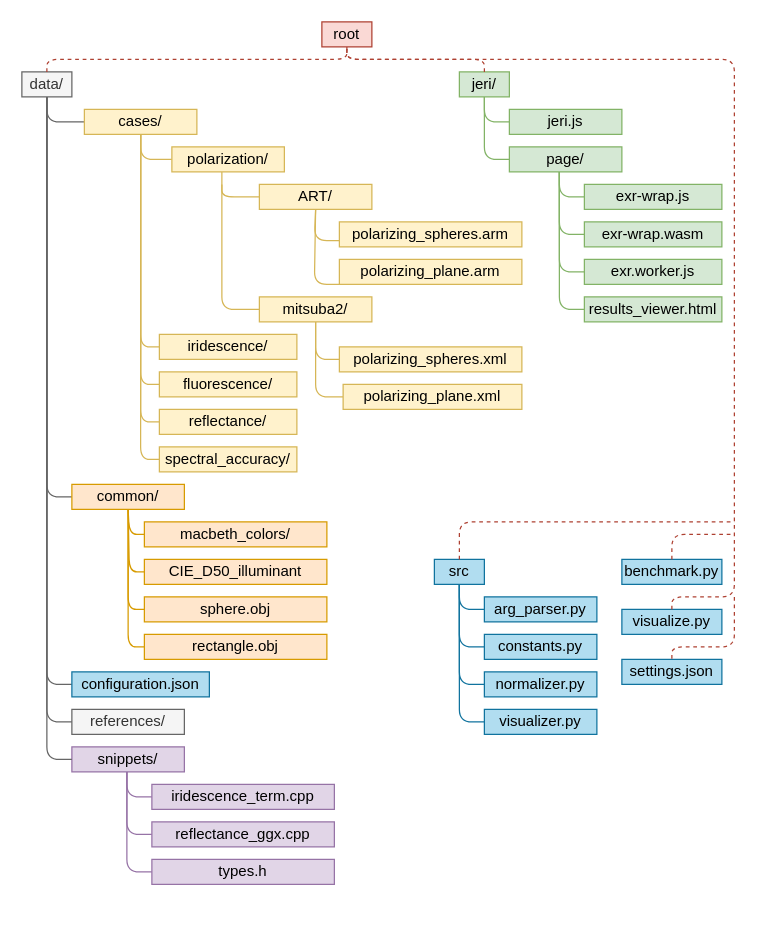
Before: img/framework.drawio in marcel1hruska/render_benchmark_thesis, a draw.io diagram. Source tidied: cells renumbered, new cells numbered last; positions are measured from the earlier drawing's top-left corner, leaving out a move shared by most shapes. Both pictures are drawn from the tidied source at 125%, with x=0, y=0 at pixel (21, 21).
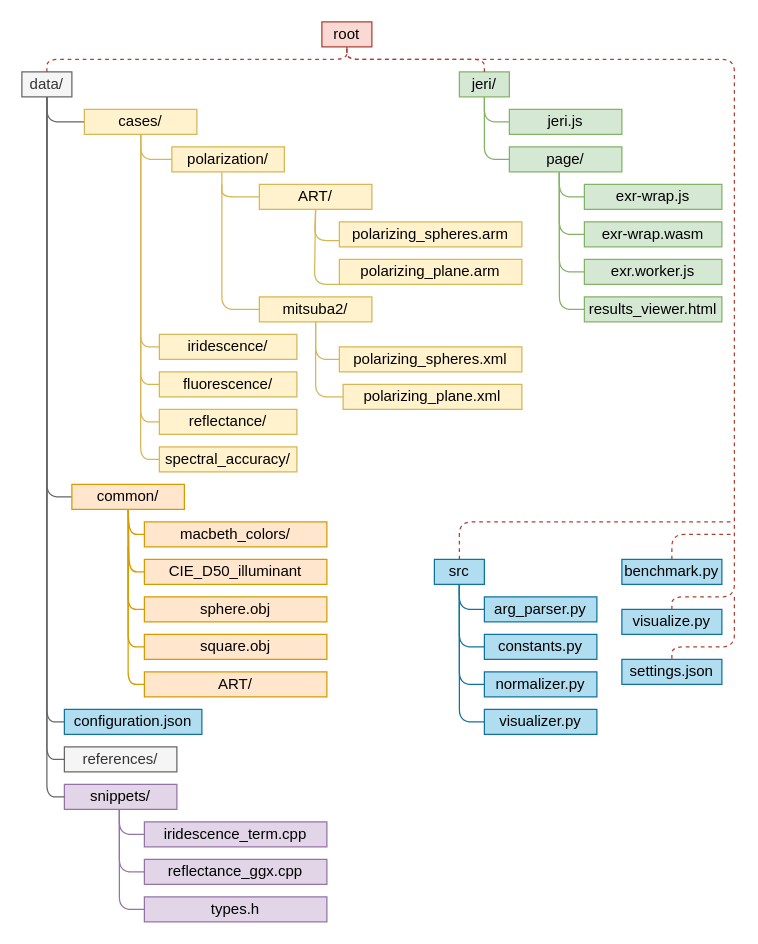
The same page after the edit.

Unchanged cells that the change refers to:
```xml
<mxCell id="2" value="data/" style="text;html=1;align=center;verticalAlign=middle;whiteSpace=wrap;rounded=0;fillColor=#f5f5f5;strokeColor=#666666;fontColor=#333333;" parent="1" vertex="1">
  <mxGeometry y="40" width="40" height="20" as="geometry" />
</mxCell>
```

What changed in the source:
```diff
@@
     <mxCell id="32" value="references/" style="text;html=1;align=center;verticalAlign=middle;whiteSpace=wrap;rounded=0;fillColor=#f5f5f5;strokeColor=#666666;fontColor=#333333;" parent="1" vertex="1">
-      <mxGeometry x="40" y="550" width="90" height="20" as="geometry" />
+      <mxGeometry x="34" y="580" width="90" height="20" as="geometry" />
     </mxCell>
     <mxCell id="33" value="snippets/" style="text;html=1;align=center;verticalAlign=middle;whiteSpace=wrap;rounded=0;fillColor=#e1d5e7;strokeColor=#9673a6;" parent="1" vertex="1">
-      <mxGeometry x="40" y="580" width="90" height="20" as="geometry" />
+      <mxGeometry x="34" y="610" width="90" height="20" as="geometry" />
     </mxCell>
@@
-    <mxCell id="62" value="rectangle.obj" style="text;html=1;align=center;verticalAlign=middle;whiteSpace=wrap;rounded=0;fillColor=#ffe6cc;strokeColor=#d79b00;" parent="1" vertex="1">
+    <mxCell id="62" value="square.obj" style="text;html=1;align=center;verticalAlign=middle;whiteSpace=wrap;rounded=0;fillColor=#ffe6cc;strokeColor=#d79b00;" parent="1" vertex="1">
       <mxGeometry x="98" y="490" width="146" height="20" as="geometry" />
     </mxCell>
     <mxCell id="63" style="endArrow=none;html=1;fillColor=#e1d5e7;strokeColor=#9673a6;entryX=0;entryY=0.5;entryDx=0;entryDy=0;" parent="1" edge="1" target="64">
       <mxGeometry relative="1" as="geometry">
-        <mxPoint x="84" y="600" as="sourcePoint" />
+        <mxPoint x="78" y="630" as="sourcePoint" />
         <Array as="points">
-          <mxPoint x="84" y="620" />
+          <mxPoint x="78" y="650" />
         </Array>
       </mxGeometry>
     </mxCell>
     <mxCell id="64" value="iridescence_term.cpp" style="text;html=1;align=center;verticalAlign=middle;whiteSpace=wrap;rounded=0;fillColor=#e1d5e7;strokeColor=#9673a6;" parent="1" vertex="1">
-      <mxGeometry x="104" y="610" width="146" height="20" as="geometry" />
+      <mxGeometry x="98" y="640" width="146" height="20" as="geometry" />
     </mxCell>
     <mxCell id="65" style="endArrow=none;html=1;fillColor=#e1d5e7;strokeColor=#9673a6;entryX=0;entryY=0.5;entryDx=0;entryDy=0;" parent="1" edge="1" target="66">
       <mxGeometry relative="1" as="geometry">
-        <mxPoint x="84" y="600" as="sourcePoint" />
+        <mxPoint x="78" y="630" as="sourcePoint" />
         <Array as="points">
-          <mxPoint x="84" y="650" />
+          <mxPoint x="78" y="680" />
         </Array>
       </mxGeometry>
     </mxCell>
     <mxCell id="66" value="reflectance_ggx.cpp" style="text;html=1;align=center;verticalAlign=middle;whiteSpace=wrap;rounded=0;fillColor=#e1d5e7;strokeColor=#9673a6;" parent="1" vertex="1">
-      <mxGeometry x="104" y="640" width="146" height="20" as="geometry" />
+      <mxGeometry x="98" y="670" width="146" height="20" as="geometry" />
     </mxCell>
     <mxCell id="67" style="endArrow=none;html=1;fillColor=#e1d5e7;strokeColor=#9673a6;entryX=0;entryY=0.5;entryDx=0;entryDy=0;" parent="1" edge="1" target="68">
       <mxGeometry relative="1" as="geometry">
-        <mxPoint x="84" y="600" as="sourcePoint" />
+        <mxPoint x="78" y="630" as="sourcePoint" />
         <Array as="points">
-          <mxPoint x="84" y="680" />
+          <mxPoint x="78" y="710" />
         </Array>
       </mxGeometry>
     </mxCell>
     <mxCell id="68" value="types.h" style="text;html=1;align=center;verticalAlign=middle;whiteSpace=wrap;rounded=0;fillColor=#e1d5e7;strokeColor=#9673a6;" parent="1" vertex="1">
-      <mxGeometry x="104" y="670" width="146" height="20" as="geometry" />
+      <mxGeometry x="98" y="700" width="146" height="20" as="geometry" />
     </mxCell>
@@
-    <mxCell id="77" style="endArrow=none;html=1;fillColor=#e1d5e7;entryX=0;entryY=0.5;entryDx=0;entryDy=0;exitX=0.5;exitY=1;exitDx=0;exitDy=0;strokeColor=#666666;" parent="1" edge="1" source="2">
+    <mxCell id="77" style="endArrow=none;html=1;fillColor=#e1d5e7;entryX=0;entryY=0.5;entryDx=0;entryDy=0;exitX=0.5;exitY=1;exitDx=0;exitDy=0;strokeColor=#666666;" parent="1" edge="1" source="2" target="33">
       <mxGeometry relative="1" as="geometry">
-        <mxPoint x="40" y="590" as="targetPoint" />
         <Array as="points">
-          <mxPoint x="20" y="590" />
+          <mxPoint x="20" y="620" />
         </Array>
       </mxGeometry>
     </mxCell>
     <mxCell id="78" style="endArrow=none;html=1;fillColor=#e1d5e7;entryX=0;entryY=0.5;entryDx=0;entryDy=0;strokeColor=#666666;" parent="1" edge="1" target="32">
       <mxGeometry relative="1" as="geometry">
         <mxPoint x="20" y="60" as="sourcePoint" />
         <Array as="points">
-          <mxPoint x="20" y="560" />
+          <mxPoint x="20" y="590" />
         </Array>
       </mxGeometry>
     </mxCell>
-    <mxCell id="79" style="endArrow=none;html=1;fillColor=#e1d5e7;entryX=0;entryY=0.5;entryDx=0;entryDy=0;strokeColor=#666666;" parent="1" edge="1">
+    <mxCell id="79" style="endArrow=none;html=1;fillColor=#e1d5e7;entryX=0;entryY=0.5;entryDx=0;entryDy=0;strokeColor=#666666;" parent="1" edge="1" target="80">
       <mxGeometry relative="1" as="geometry">
         <mxPoint x="20" y="60" as="sourcePoint" />
-        <mxPoint x="40" y="530" as="targetPoint" />
         <Array as="points">
-          <mxPoint x="20" y="530" />
+          <mxPoint x="20" y="560" />
         </Array>
       </mxGeometry>
     </mxCell>
     <mxCell id="80" value="configuration.json" style="text;html=1;align=center;verticalAlign=middle;whiteSpace=wrap;rounded=0;fillColor=#b1ddf0;strokeColor=#10739e;" parent="1" vertex="1">
-      <mxGeometry x="40" y="520" width="110" height="20" as="geometry" />
+      <mxGeometry x="34" y="550" width="110" height="20" as="geometry" />
     </mxCell>
@@
+    <mxCell id="82" value="ART/" style="text;html=1;align=center;verticalAlign=middle;whiteSpace=wrap;rounded=0;fillColor=#ffe6cc;strokeColor=#d79b00;" parent="1" vertex="1">
+      <mxGeometry x="98" y="520" width="146" height="20" as="geometry" />
+    </mxCell>
+    <mxCell id="83" style="endArrow=none;html=1;fillColor=#ffe6cc;strokeColor=#d79b00;entryX=0;entryY=0.5;entryDx=0;entryDy=0;exitX=0.5;exitY=1;exitDx=0;exitDy=0;" parent="1" edge="1">
+      <mxGeometry relative="1" as="geometry">
+        <mxPoint x="85" y="420" as="sourcePoint" />
+        <mxPoint x="98" y="530" as="targetPoint" />
+        <Array as="points">
+          <mxPoint x="85" y="530" />
+        </Array>
+      </mxGeometry>
+    </mxCell>
```
